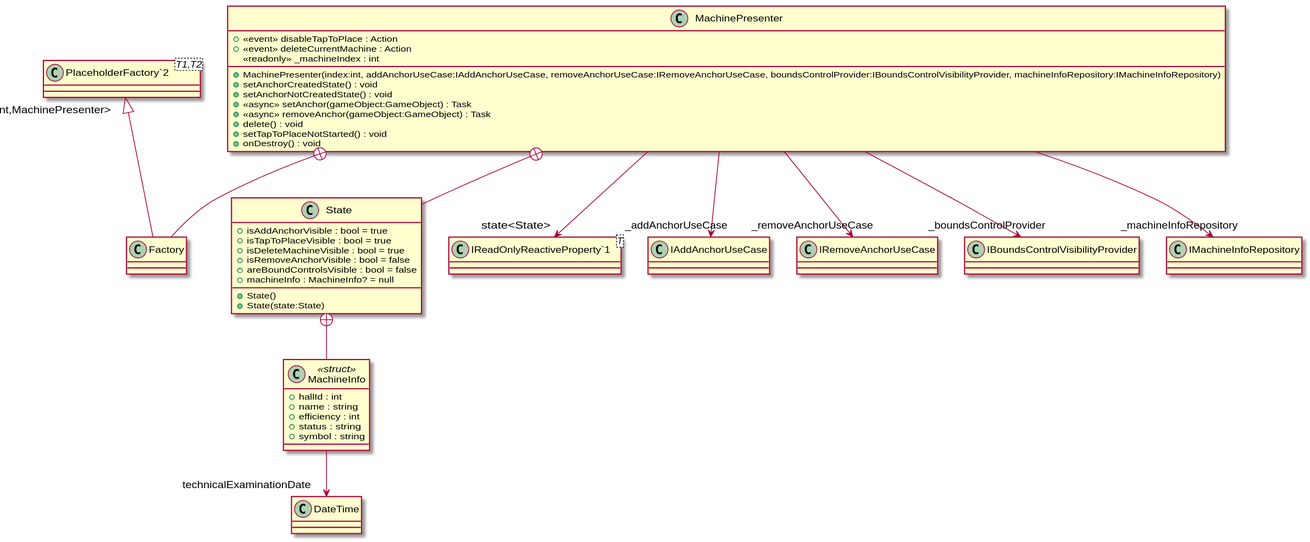
This is UML/presenters/MachinePresenter.svg from DeNatur/ProductionFloorVisualization, a PlantUML export, as it was before one commit.
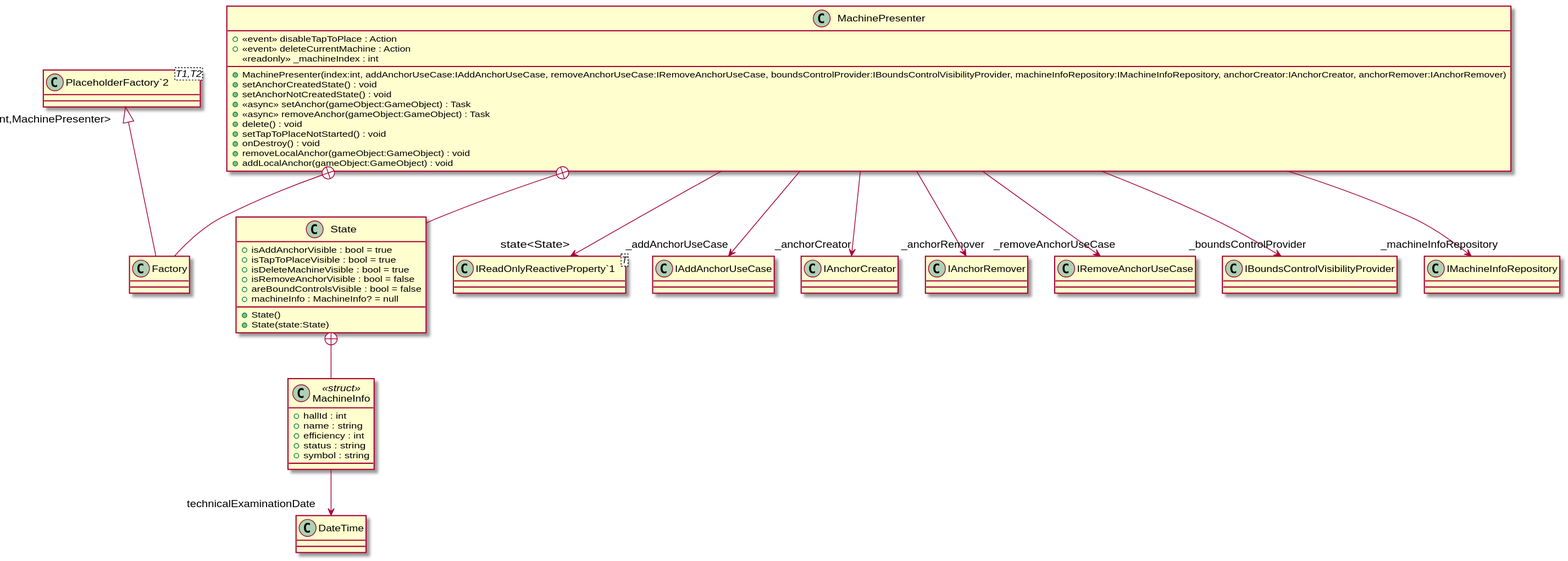
After the change.

Commit message:
Generate UML (Generate UML)

The edit, as a diff of the source:
```diff
@@ -3,7 +3,7 @@
     +  <<event>> disableTapToPlace : Action
     +  <<event>> deleteCurrentMachine : Action
     <<readonly>> _machineIndex : int
-    + MachinePresenter(index:int, addAnchorUseCase:IAddAnchorUseCase, removeAnchorUseCase:IRemoveAnchorUseCase, boundsControlProvider:IBoundsControlVisibilityProvider, machineInfoRepository:IMachineInfoRepository)
+    + MachinePresenter(index:int, addAnchorUseCase:IAddAnchorUseCase, removeAnchorUseCase:IRemoveAnchorUseCase, boundsControlProvider:IBoundsControlVisibilityProvider, machineInfoRepository:IMachineInfoRepository, anchorCreator:IAnchorCreator, anchorRemover:IAnchorRemover)
     + setAnchorCreatedState() : void
     + setAnchorNotCreatedState() : void
     + <<async>> setAnchor(gameObject:GameObject) : Task
@@ -11,6 +11,8 @@
     + delete() : void
     + setTapToPlaceNotStarted() : void
     + onDestroy() : void
+    + removeLocalAnchor(gameObject:GameObject) : void
+    + addLocalAnchor(gameObject:GameObject) : void
 }
 class State {
     + isAddAnchorVisible : bool = true
@@ -37,6 +39,8 @@
 }
 MachinePresenter --> "state<State>" "IReadOnlyReactiveProperty`1"
 MachinePresenter --> "_addAnchorUseCase" IAddAnchorUseCase
+MachinePresenter --> "_anchorCreator" IAnchorCreator
+MachinePresenter --> "_anchorRemover" IAnchorRemover
 MachinePresenter --> "_removeAnchorUseCase" IRemoveAnchorUseCase
 MachinePresenter --> "_boundsControlProvider" IBoundsControlVisibilityProvider
 MachinePresenter --> "_machineInfoRepository" IMachineInfoRepository
```
